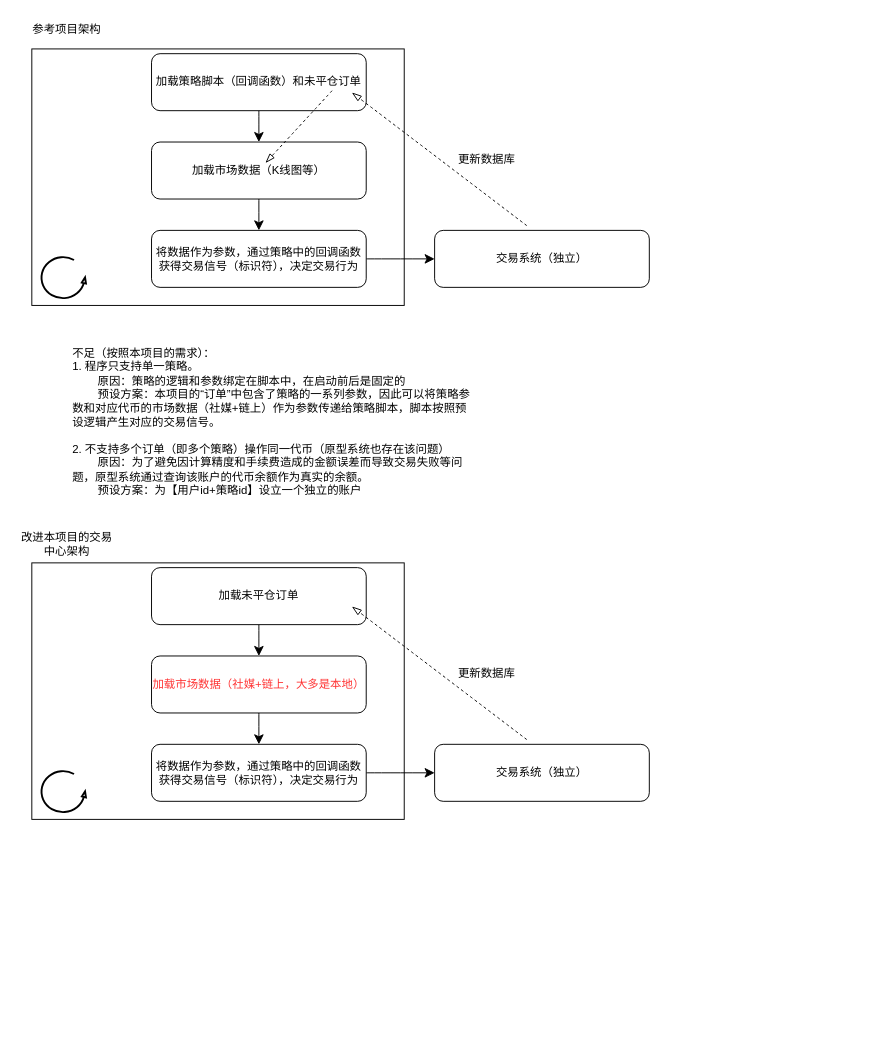
The draw.io diagram work/交易系统v0.1.drawio in xyshawy/DRAW, before the edit. Source tidied: cells renumbered, new cells numbered last; positions are measured from the earlier drawing's top-left corner, leaving out a move shared by most shapes. Both pictures are drawn from the tidied source at 95%, with x=0, y=0 at pixel (16, 16).
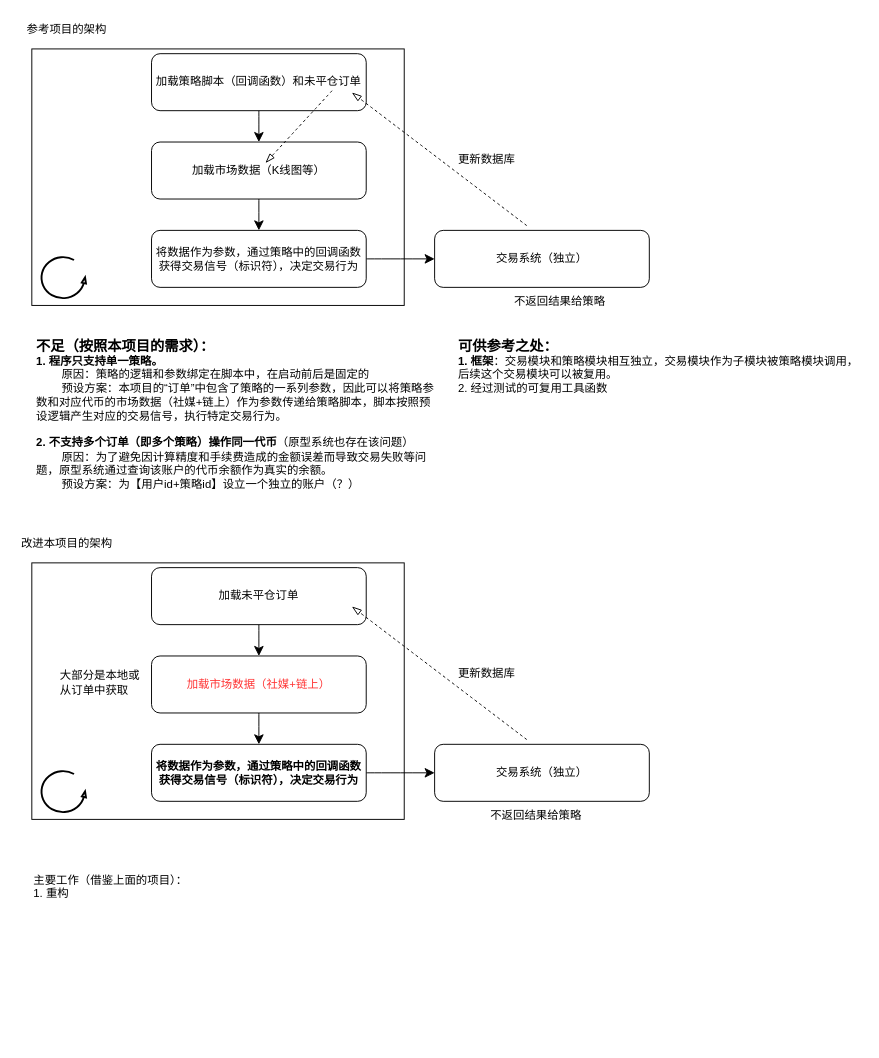
The same page after the edit.

Commit message (it also covers changes not shown here):
更新交易系统v0.1.drawio

What changed in the source:
```diff
@@
-    <mxCell id="3" value="参考项目架构" style="text;html=1;align=center;verticalAlign=middle;whiteSpace=wrap;rounded=0;" parent="1" vertex="1">
+    <mxCell id="3" value="参考项目的架构" style="text;html=1;align=center;verticalAlign=middle;whiteSpace=wrap;rounded=0;" parent="1" vertex="1">
       <mxGeometry width="106" height="28" as="geometry" />
     </mxCell>
@@
-    <mxCell id="12" value="不足（按照本项目的需求）：&lt;div&gt;1. 程序只支持单一策略。&lt;/div&gt;&lt;div&gt;&lt;span style=&quot;white-space: pre;&quot;&gt;&#9;&lt;/span&gt;原因：策略的逻辑和参数绑定在脚本中，在启动前后是固定的&lt;br&gt;&lt;/div&gt;&lt;div&gt;&lt;span style=&quot;white-space: pre;&quot;&gt;&#9;&lt;/span&gt;预设方案：本项目的“订单”中包含了策略的一系列参数，因此可以将策略参数和对应代币的市场数据（社媒+链上）作为参数传递给策略脚本，脚本按照预设逻辑产生对应的交易信号。&lt;br&gt;&lt;/div&gt;&lt;div&gt;&lt;br&gt;&lt;/div&gt;&lt;div&gt;2. 不支持多个订单（即多个策略）操作同一代币（原型系统也存在该问题）&lt;/div&gt;&lt;div&gt;&lt;span style=&quot;white-space: pre;&quot;&gt;&#9;&lt;/span&gt;原因：为了避免因计算精度和手续费造成的金额误差而导致交易失败等问题，原型系统通过查询该账户的代币余额作为真实的余额。&lt;br&gt;&lt;/div&gt;&lt;div&gt;&lt;span style=&quot;white-space: pre;&quot;&gt;&#9;&lt;/span&gt;预设方案：为【用户id+策略id】设立一个独立的账户&lt;br&gt;&lt;/div&gt;" style="text;html=1;align=left;verticalAlign=top;whiteSpace=wrap;rounded=0;" parent="1" vertex="1">
-      <mxGeometry x="57" y="341" width="428" height="185" as="geometry" />
+    <mxCell id="12" value="&lt;b&gt;&lt;font style=&quot;font-size: 15px;&quot;&gt;不足（按照本项目的需求）：&lt;/font&gt;&lt;/b&gt;&lt;div&gt;&lt;b&gt;1. 程序只支持单一策略。&lt;/b&gt;&lt;/div&gt;&lt;div&gt;&lt;span style=&quot;white-space: pre;&quot;&gt;&#9;&lt;/span&gt;原因：策略的逻辑和参数绑定在脚本中，在启动前后是固定的&lt;br&gt;&lt;/div&gt;&lt;div&gt;&lt;span style=&quot;white-space: pre;&quot;&gt;&#9;&lt;/span&gt;预设方案：本项目的“订单”中包含了策略的一系列参数，因此可以将策略参数和对应代币的市场数据（社媒+链上）作为参数传递给策略脚本，脚本按照预设逻辑产生对应的交易信号，执行特定交易行为。&lt;br&gt;&lt;/div&gt;&lt;div&gt;&lt;br&gt;&lt;/div&gt;&lt;div&gt;&lt;b&gt;2. 不支持多个订单（即多个策略）操作同一代币&lt;/b&gt;（原型系统也存在该问题）&lt;/div&gt;&lt;div&gt;&lt;span style=&quot;white-space: pre;&quot;&gt;&#9;&lt;/span&gt;原因：为了避免因计算精度和手续费造成的金额误差而导致交易失败等问题，原型系统通过查询该账户的代币余额作为真实的余额。&lt;br&gt;&lt;/div&gt;&lt;div&gt;&lt;span style=&quot;white-space: pre;&quot;&gt;&#9;&lt;/span&gt;预设方案：为【用户id+策略id】设立一个独立的账户（？）&lt;br&gt;&lt;/div&gt;" style="text;html=1;align=left;verticalAlign=top;whiteSpace=wrap;rounded=0;" parent="1" vertex="1">
+      <mxGeometry x="19" y="331" width="428" height="185" as="geometry" />
     </mxCell>
@@
-    <mxCell id="17" value="改进本项目的交易中心架构" style="text;html=1;align=center;verticalAlign=middle;whiteSpace=wrap;rounded=0;" parent="1" vertex="1">
+    <mxCell id="17" value="改进本项目的架构" style="text;html=1;align=center;verticalAlign=middle;whiteSpace=wrap;rounded=0;" parent="1" vertex="1">
       <mxGeometry y="541" width="106" height="28" as="geometry" />
     </mxCell>
@@
-    <mxCell id="21" value="&lt;font style=&quot;color: rgb(255, 51, 51);&quot;&gt;加载市场数据（社媒+链上，大多是本地）&lt;/font&gt;" style="rounded=1;whiteSpace=wrap;html=1;" parent="1" vertex="1">
+    <mxCell id="21" value="&lt;font style=&quot;color: rgb(255, 51, 51);&quot;&gt;加载市场数据（社媒+链上）&lt;/font&gt;" style="rounded=1;whiteSpace=wrap;html=1;" parent="1" vertex="1">
       <mxGeometry x="142" y="673" width="226" height="60" as="geometry" />
     </mxCell>
@@
-    <mxCell id="23" value="将数据作为参数，通过策略中的回调函数获得交易信号（标识符），决定交易行为" style="rounded=1;whiteSpace=wrap;html=1;" parent="1" vertex="1">
+    <mxCell id="23" value="&lt;b&gt;将数据作为参数，通过策略中的回调函数获得交易信号（标识符），决定交易行为&lt;/b&gt;" style="rounded=1;whiteSpace=wrap;html=1;" parent="1" vertex="1">
       <mxGeometry x="142" y="766" width="226" height="60" as="geometry" />
     </mxCell>
@@
+    <mxCell id="28" value="&lt;div&gt;不返回结果给策略&lt;/div&gt;" style="text;html=1;align=left;verticalAlign=middle;whiteSpace=wrap;rounded=0;" parent="1" vertex="1">
+      <mxGeometry x="522" y="285" width="121" height="29" as="geometry" />
+    </mxCell>
+    <mxCell id="29" value="&lt;div&gt;不返回结果给策略&lt;/div&gt;" style="text;html=1;align=left;verticalAlign=middle;whiteSpace=wrap;rounded=0;" parent="1" vertex="1">
+      <mxGeometry x="497" y="826" width="121" height="29" as="geometry" />
+    </mxCell>
+    <mxCell id="30" value="大部分是本地或从订单中获取" style="text;html=1;align=left;verticalAlign=middle;whiteSpace=wrap;rounded=0;" parent="1" vertex="1">
+      <mxGeometry x="44" y="686" width="94" height="29" as="geometry" />
+    </mxCell>
+    <mxCell id="31" value="&lt;div&gt;主要工作（借鉴上面的项目）：&lt;/div&gt;&lt;div&gt;1. 重构&lt;/div&gt;" style="text;html=1;align=left;verticalAlign=top;whiteSpace=wrap;rounded=0;" parent="1" vertex="1">
+      <mxGeometry x="16" y="895" width="428" height="185" as="geometry" />
+    </mxCell>
+    <mxCell id="32" value="&lt;div&gt;&lt;b&gt;&lt;font style=&quot;font-size: 15px;&quot;&gt;可供参考之处：&lt;/font&gt;&lt;/b&gt;&lt;/div&gt;&lt;div&gt;&lt;b&gt;1. 框架&lt;/b&gt;：交易模块和策略模块相互独立，交易模块作为子模块被策略模块调用，后续这个交易模块可以被复用。&lt;/div&gt;&lt;div&gt;2. 经过测试的可复用工具函数&lt;/div&gt;" style="text;html=1;align=left;verticalAlign=top;whiteSpace=wrap;rounded=0;" parent="1" vertex="1">
+      <mxGeometry x="463" y="331" width="428" height="185" as="geometry" />
+    </mxCell>
```
